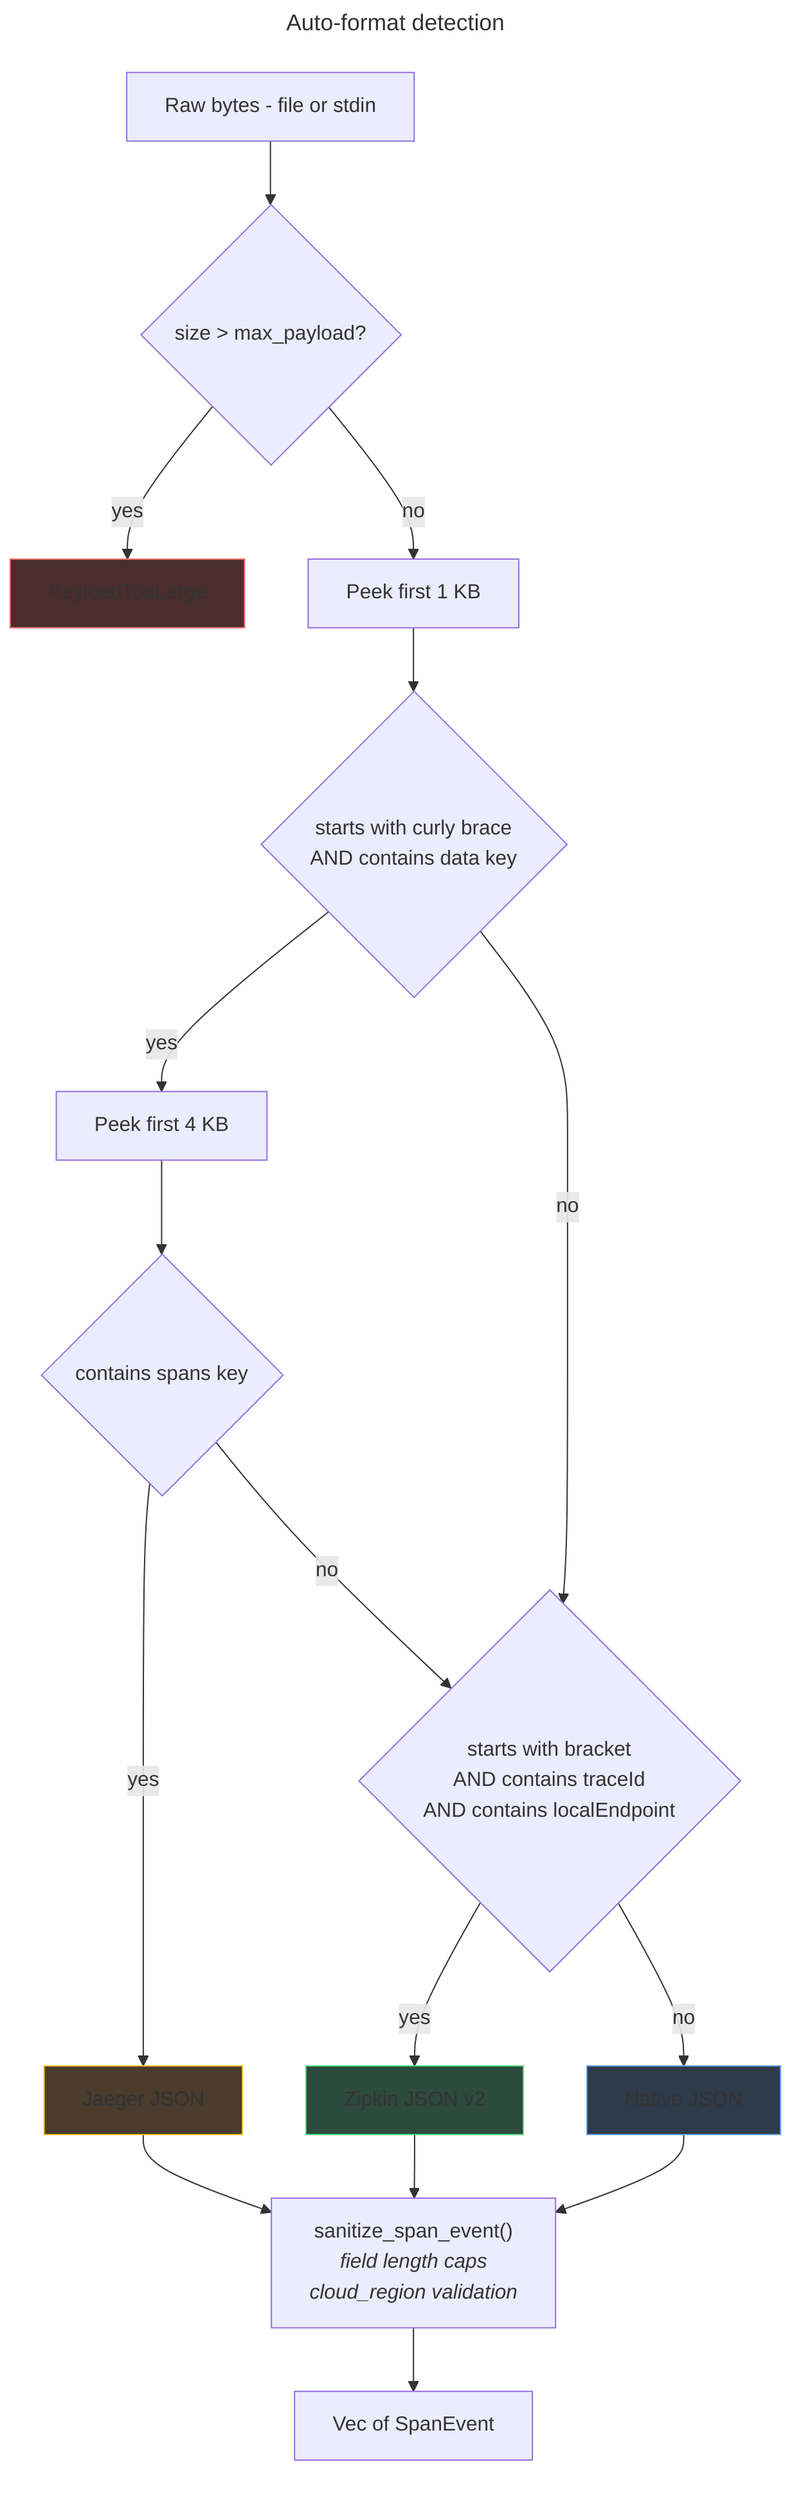
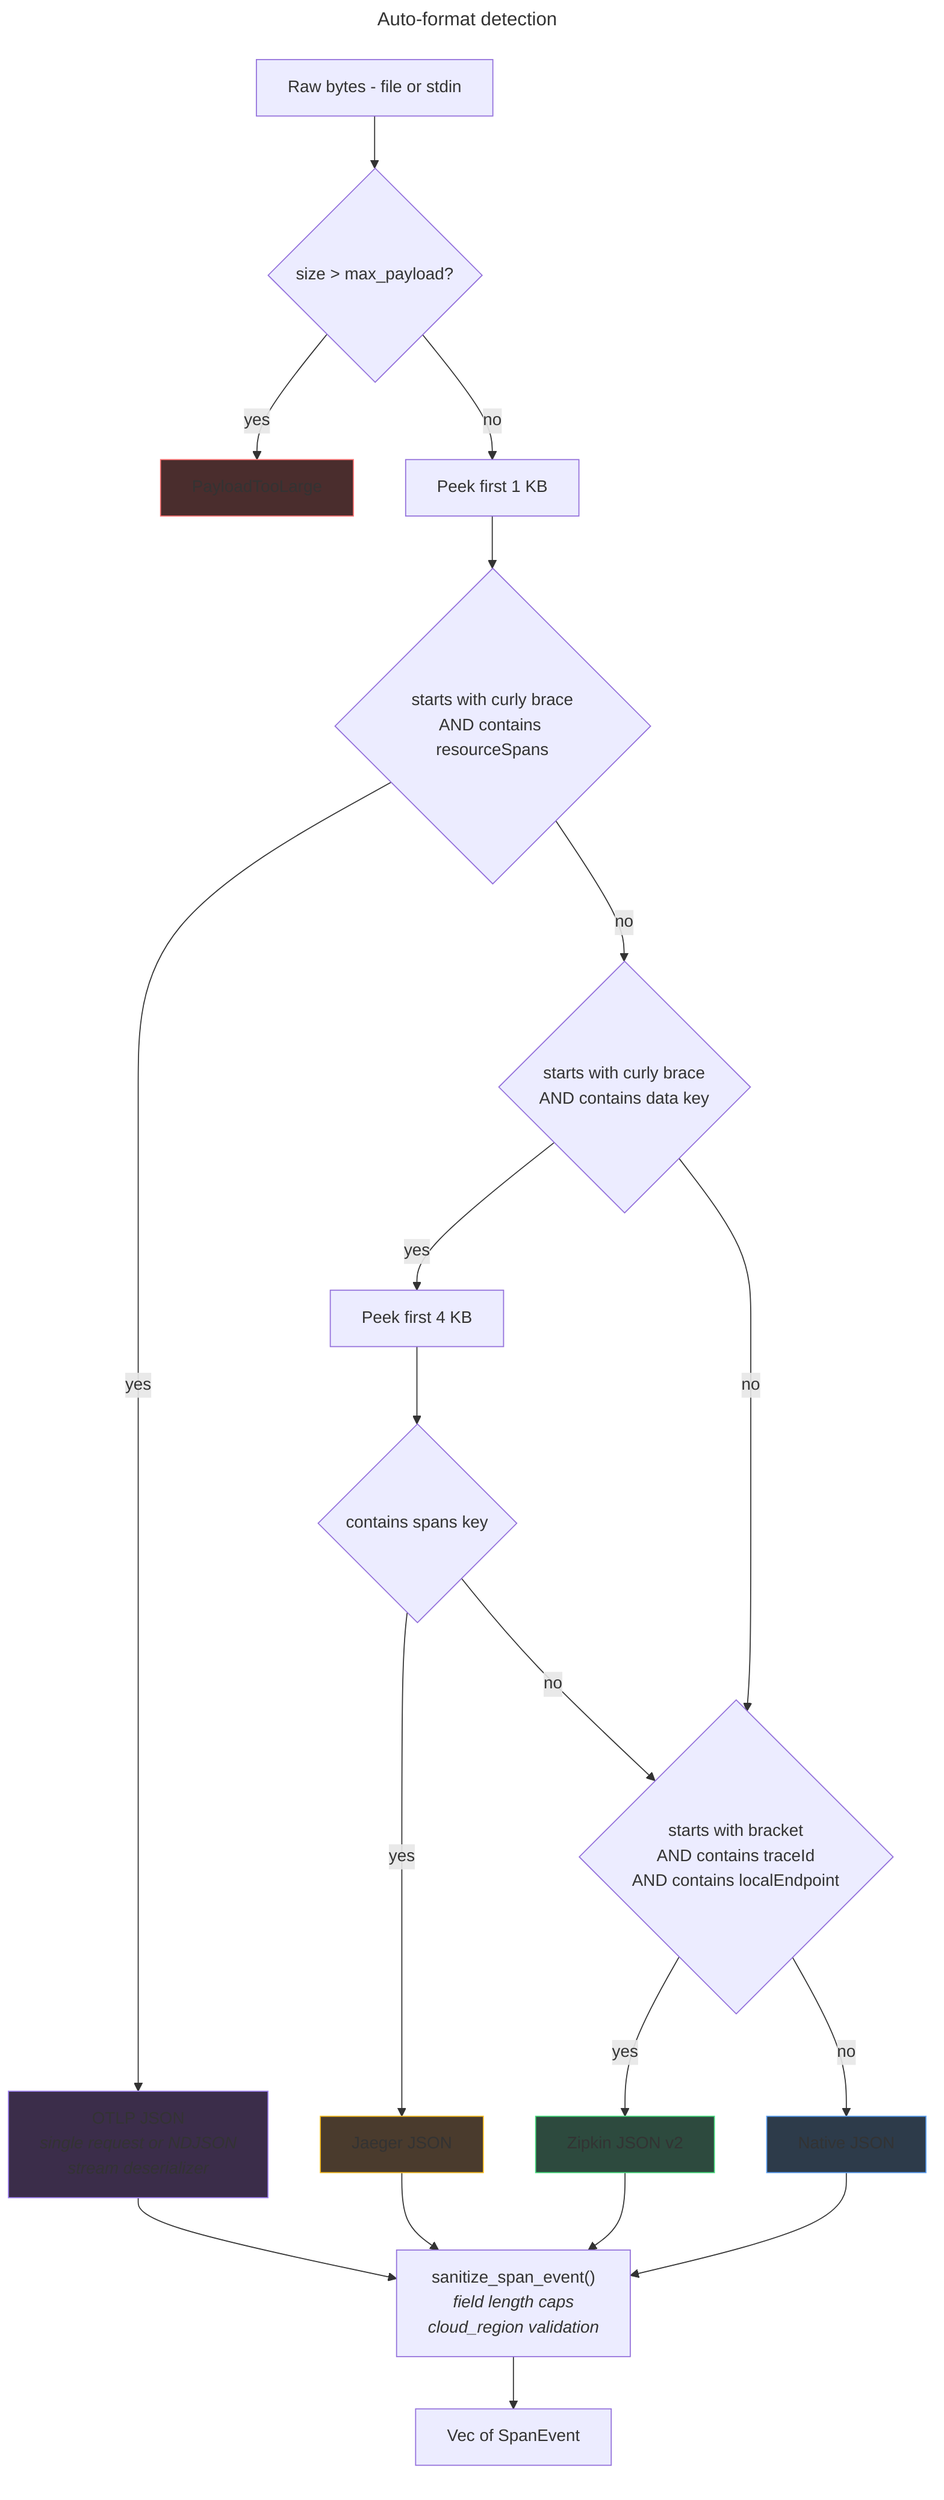
---
title: Auto-format detection
---
flowchart TD
    raw["Raw bytes - file or stdin"]
    size{"size > max_payload?"}
    reject["PayloadTooLarge"]

    peek["Peek first 1 KB"]

+     otlp_check{"starts with curly brace\nAND contains resourceSpans"}
+ 
    obj_check{"starts with curly brace\nAND contains data key"}
    deeper["Peek first 4 KB"]
    spans_check{"contains spans key"}

    zipkin_check{"starts with bracket\nAND contains traceId\nAND contains localEndpoint"}

+     otlp_parse["OTLP JSON<br/><i>single request or NDJSON<br/>stream deserializer</i>"]
    jaeger_parse["Jaeger JSON"]
    zipkin_parse["Zipkin JSON v2"]
    native_parse["Native JSON"]

    sanitize["sanitize_span_event()<br/><i>field length caps<br/>cloud_region validation</i>"]

    output["Vec of SpanEvent"]

    raw --> size
    size -- "yes" --> reject
    size -- "no" --> peek

-     peek --> obj_check
+     peek --> otlp_check
+     otlp_check -- "yes" --> otlp_parse
+     otlp_check -- "no" --> obj_check
    obj_check -- "yes" --> deeper
    deeper --> spans_check
    spans_check -- "yes" --> jaeger_parse
    spans_check -- "no" --> zipkin_check
    obj_check -- "no" --> zipkin_check
    zipkin_check -- "yes" --> zipkin_parse
    zipkin_check -- "no" --> native_parse

+     otlp_parse --> sanitize
    jaeger_parse --> sanitize
    zipkin_parse --> sanitize
    native_parse --> sanitize
    sanitize --> output

    style reject fill:#4a2d2d,stroke:#f87171
+     style otlp_parse fill:#3b2d4a,stroke:#a78bfa
    style jaeger_parse fill:#4a3b2d,stroke:#fbbf24
    style zipkin_parse fill:#2d4a3e,stroke:#4ade80
    style native_parse fill:#2d3b4a,stroke:#60a5fa
